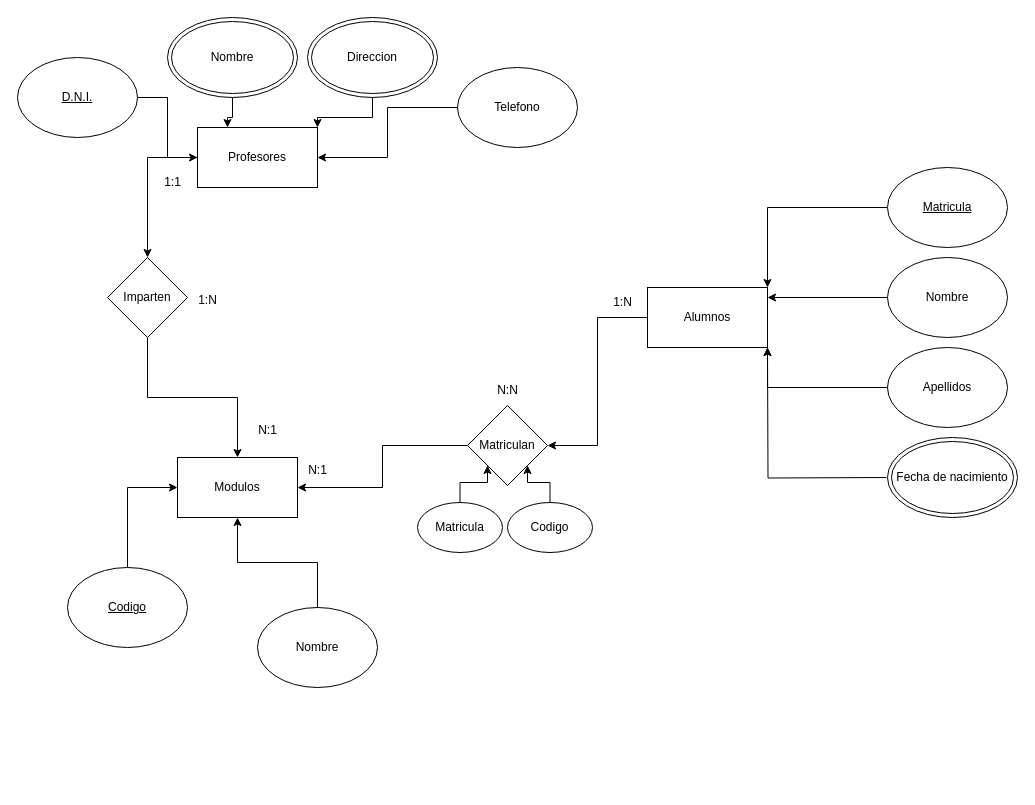
Above: ejercicio3.drawio in FacuScaine/Underground-Pruebas (draw.io), before the change. Source tidied: cells renumbered, new cells numbered last; positions are measured from the earlier drawing's top-left corner, leaving out a move shared by most shapes. Both pictures are drawn from the tidied source at 100%, with x=0, y=0 at pixel (17, 17).
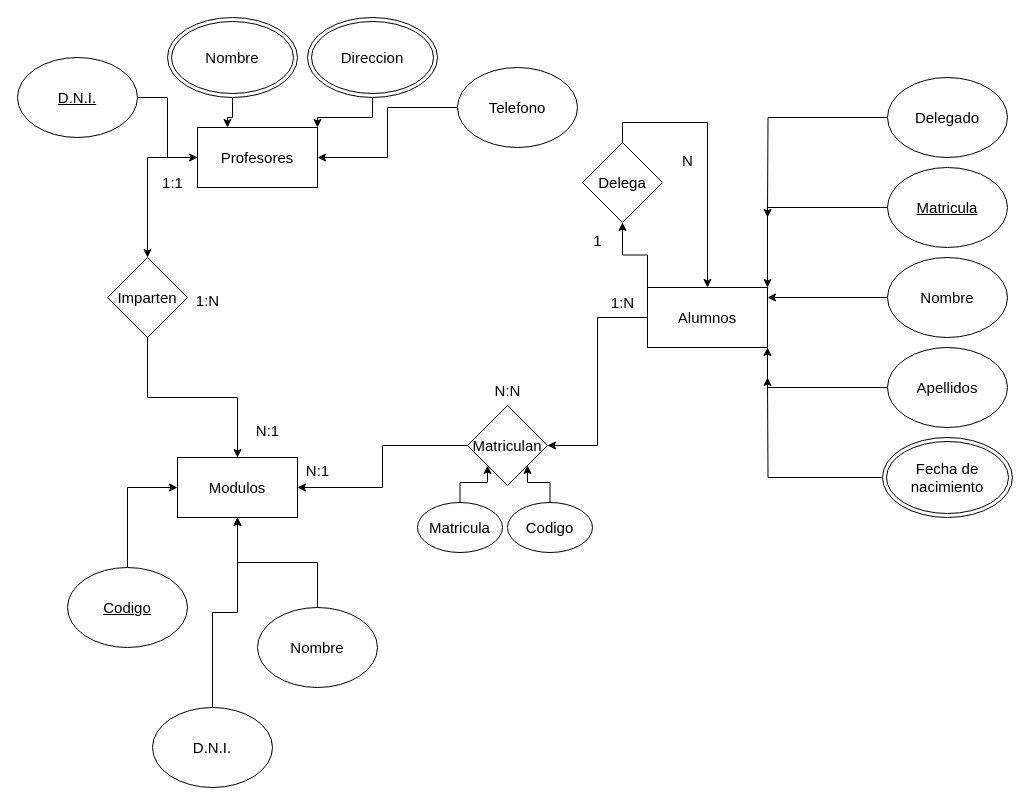
The same diagram, later.

The edit, as a diff of the source:
```diff
@@
-    <mxCell id="2" value="Modulos" style="rounded=0;whiteSpace=wrap;html=1;" parent="1" vertex="1">
+    <mxCell id="2" value="Modulos" style="rounded=0;whiteSpace=wrap;html=1;horizontal=1;verticalAlign=middle;fontSize=15;" parent="1" vertex="1">
       <mxGeometry x="160" y="440" width="120" height="60" as="geometry" />
     </mxCell>
-    <mxCell id="3" style="edgeStyle=orthogonalEdgeStyle;rounded=0;jettySize=auto;html=1;" parent="1" edge="1" source="4" target="28">
+    <mxCell id="3" style="edgeStyle=orthogonalEdgeStyle;rounded=0;jettySize=auto;html=1;horizontal=1;verticalAlign=middle;fontSize=15;" parent="1" edge="1" source="4" target="28">
       <mxGeometry relative="1" as="geometry" />
     </mxCell>
-    <mxCell id="4" value="Profesores" style="rounded=0;whiteSpace=wrap;html=1;" parent="1" vertex="1">
+    <mxCell id="4" value="Profesores" style="rounded=0;whiteSpace=wrap;html=1;horizontal=1;verticalAlign=middle;fontSize=15;" parent="1" vertex="1">
       <mxGeometry x="180" y="110" width="120" height="60" as="geometry" />
     </mxCell>
-    <mxCell id="5" style="edgeStyle=orthogonalEdgeStyle;rounded=0;jettySize=auto;html=1;entryX=1;entryY=0.5;entryDx=0;entryDy=0;" parent="1" edge="1" source="6" target="32">
+    <mxCell id="5" style="edgeStyle=orthogonalEdgeStyle;rounded=0;jettySize=auto;html=1;entryX=1;entryY=0.5;entryDx=0;entryDy=0;horizontal=1;verticalAlign=middle;fontSize=15;" parent="1" edge="1" source="6" target="32">
       <mxGeometry relative="1" as="geometry" />
     </mxCell>
+    <mxCell id="41" style="edgeStyle=orthogonalEdgeStyle;rounded=0;jettySize=auto;html=1;exitX=0;exitY=0;exitDx=0;exitDy=0;horizontal=1;verticalAlign=middle;fontSize=15;" parent="1" edge="1" source="6" target="44">
+      <mxGeometry relative="1" as="geometry" />
+    </mxCell>
-    <mxCell id="6" value="Alumnos" style="rounded=0;whiteSpace=wrap;html=1;" parent="1" vertex="1">
+    <mxCell id="6" value="Alumnos" style="rounded=0;whiteSpace=wrap;html=1;horizontal=1;verticalAlign=middle;fontSize=15;" parent="1" vertex="1">
       <mxGeometry x="630" y="270" width="120" height="60" as="geometry" />
     </mxCell>
-    <mxCell id="7" style="edgeStyle=orthogonalEdgeStyle;rounded=0;jettySize=auto;html=1;entryX=1;entryY=0;entryDx=0;entryDy=0;" parent="1" edge="1" source="8" target="6">
+    <mxCell id="7" style="edgeStyle=orthogonalEdgeStyle;rounded=0;jettySize=auto;html=1;entryX=1;entryY=0;entryDx=0;entryDy=0;horizontal=1;verticalAlign=middle;fontSize=15;" parent="1" edge="1" source="8" target="6">
       <mxGeometry relative="1" as="geometry" />
     </mxCell>
-    <mxCell id="8" value="&lt;u&gt;Matricula&lt;/u&gt;" style="ellipse;whiteSpace=wrap;html=1;" parent="1" vertex="1">
+    <mxCell id="8" value="&lt;u style=&quot;font-size: 15px;&quot;&gt;Matricula&lt;/u&gt;" style="ellipse;whiteSpace=wrap;html=1;horizontal=1;verticalAlign=middle;fontSize=15;" parent="1" vertex="1">
       <mxGeometry x="870" y="150" width="120" height="80" as="geometry" />
     </mxCell>
-    <mxCell id="9" style="edgeStyle=orthogonalEdgeStyle;rounded=0;jettySize=auto;html=1;" parent="1" edge="1" source="10">
+    <mxCell id="9" style="edgeStyle=orthogonalEdgeStyle;rounded=0;jettySize=auto;html=1;horizontal=1;verticalAlign=middle;fontSize=15;" parent="1" edge="1" source="10">
       <mxGeometry relative="1" as="geometry">
         <mxPoint x="750" y="280" as="targetPoint" />
       </mxGeometry>
     </mxCell>
-    <mxCell id="10" value="Nombre" style="ellipse;whiteSpace=wrap;html=1;" parent="1" vertex="1">
+    <mxCell id="10" value="Nombre" style="ellipse;whiteSpace=wrap;html=1;horizontal=1;verticalAlign=middle;fontSize=15;" parent="1" vertex="1">
       <mxGeometry x="870" y="240" width="120" height="80" as="geometry" />
     </mxCell>
-    <mxCell id="11" style="edgeStyle=orthogonalEdgeStyle;rounded=0;jettySize=auto;html=1;entryX=1;entryY=1;entryDx=0;entryDy=0;" parent="1" edge="1" source="12" target="6">
+    <mxCell id="11" style="edgeStyle=orthogonalEdgeStyle;rounded=0;jettySize=auto;html=1;entryX=1;entryY=1;entryDx=0;entryDy=0;horizontal=1;verticalAlign=middle;fontSize=15;" parent="1" edge="1" source="12" target="6">
       <mxGeometry relative="1" as="geometry" />
     </mxCell>
-    <mxCell id="12" value="Apellidos" style="ellipse;whiteSpace=wrap;html=1;" parent="1" vertex="1">
+    <mxCell id="12" value="Apellidos" style="ellipse;whiteSpace=wrap;html=1;horizontal=1;verticalAlign=middle;fontSize=15;" parent="1" vertex="1">
       <mxGeometry x="870" y="330" width="120" height="80" as="geometry" />
     </mxCell>
-    <mxCell id="13" style="edgeStyle=orthogonalEdgeStyle;rounded=0;orthogonalLoop=1;jettySize=auto;html=1;" parent="1" edge="1">
-      <mxGeometry relative="1" as="geometry">
-        <mxPoint x="869" y="460" as="sourcePoint" />
-        <mxPoint x="750" y="330" as="targetPoint" />
-      </mxGeometry>
-    </mxCell>
-    <mxCell id="14" style="edgeStyle=orthogonalEdgeStyle;rounded=0;jettySize=auto;html=1;entryX=0;entryY=0.5;entryDx=0;entryDy=0;" parent="1" edge="1" source="15" target="2">
+    <mxCell id="14" style="edgeStyle=orthogonalEdgeStyle;rounded=0;jettySize=auto;html=1;entryX=0;entryY=0.5;entryDx=0;entryDy=0;horizontal=1;verticalAlign=middle;fontSize=15;" parent="1" edge="1" source="15" target="2">
       <mxGeometry relative="1" as="geometry" />
     </mxCell>
-    <mxCell id="15" value="&lt;u&gt;Codigo&lt;/u&gt;" style="ellipse;whiteSpace=wrap;html=1;" parent="1" vertex="1">
+    <mxCell id="15" value="&lt;u style=&quot;font-size: 15px;&quot;&gt;Codigo&lt;/u&gt;" style="ellipse;whiteSpace=wrap;html=1;horizontal=1;verticalAlign=middle;fontSize=15;" parent="1" vertex="1">
       <mxGeometry x="50" y="550" width="120" height="80" as="geometry" />
     </mxCell>
-    <mxCell id="16" style="edgeStyle=orthogonalEdgeStyle;rounded=0;jettySize=auto;html=1;entryX=0.5;entryY=1;entryDx=0;entryDy=0;" parent="1" edge="1" source="17" target="2">
+    <mxCell id="16" style="edgeStyle=orthogonalEdgeStyle;rounded=0;jettySize=auto;html=1;entryX=0.5;entryY=1;entryDx=0;entryDy=0;horizontal=1;verticalAlign=middle;fontSize=15;" parent="1" edge="1" source="17" target="2">
       <mxGeometry relative="1" as="geometry" />
     </mxCell>
-    <mxCell id="17" value="Nombre" style="ellipse;whiteSpace=wrap;html=1;" parent="1" vertex="1">
+    <mxCell id="17" value="Nombre" style="ellipse;whiteSpace=wrap;html=1;horizontal=1;verticalAlign=middle;fontSize=15;" parent="1" vertex="1">
       <mxGeometry x="240" y="590" width="120" height="80" as="geometry" />
     </mxCell>
-    <mxCell id="18" style="edgeStyle=orthogonalEdgeStyle;rounded=0;jettySize=auto;html=1;entryX=0;entryY=0.5;entryDx=0;entryDy=0;" parent="1" edge="1" source="19" target="4">
+    <mxCell id="18" style="edgeStyle=orthogonalEdgeStyle;rounded=0;jettySize=auto;html=1;entryX=0;entryY=0.5;entryDx=0;entryDy=0;horizontal=1;verticalAlign=middle;fontSize=15;" parent="1" edge="1" source="19" target="4">
       <mxGeometry relative="1" as="geometry" />
     </mxCell>
-    <mxCell id="19" value="&lt;u&gt;D.N.I.&lt;/u&gt;" style="ellipse;whiteSpace=wrap;html=1;" parent="1" vertex="1">
+    <mxCell id="19" value="&lt;u style=&quot;font-size: 15px;&quot;&gt;D.N.I.&lt;/u&gt;" style="ellipse;whiteSpace=wrap;html=1;horizontal=1;verticalAlign=middle;fontSize=15;" parent="1" vertex="1">
       <mxGeometry y="40" width="120" height="80" as="geometry" />
     </mxCell>
-    <mxCell id="20" style="edgeStyle=orthogonalEdgeStyle;rounded=0;jettySize=auto;html=1;entryX=0.25;entryY=0;entryDx=0;entryDy=0;" parent="1" edge="1" source="21" target="4">
+    <mxCell id="20" style="edgeStyle=orthogonalEdgeStyle;rounded=0;jettySize=auto;html=1;entryX=0.25;entryY=0;entryDx=0;entryDy=0;horizontal=1;verticalAlign=middle;fontSize=15;" parent="1" edge="1" source="21" target="4">
       <mxGeometry relative="1" as="geometry" />
     </mxCell>
-    <mxCell id="21" value="Nombre" style="ellipse;shape=doubleEllipse;whiteSpace=wrap;html=1;" parent="1" vertex="1">
+    <mxCell id="21" value="Nombre" style="ellipse;shape=doubleEllipse;whiteSpace=wrap;html=1;horizontal=1;verticalAlign=middle;fontSize=15;" parent="1" vertex="1">
       <mxGeometry x="150" width="130" height="80" as="geometry" />
     </mxCell>
+    <mxCell id="42" style="edgeStyle=orthogonalEdgeStyle;rounded=0;jettySize=auto;html=1;horizontal=1;verticalAlign=middle;fontSize=15;" parent="1" edge="1" source="22">
+      <mxGeometry relative="1" as="geometry">
+        <mxPoint x="750" y="360" as="targetPoint" />
+      </mxGeometry>
+    </mxCell>
-    <mxCell id="22" value="Fecha de nacimiento" style="ellipse;shape=doubleEllipse;whiteSpace=wrap;html=1;" parent="1" vertex="1">
-      <mxGeometry x="870" y="420" width="130" height="80" as="geometry" />
+    <mxCell id="22" value="Fecha de nacimiento" style="ellipse;shape=doubleEllipse;whiteSpace=wrap;html=1;horizontal=1;verticalAlign=middle;fontSize=15;" parent="1" vertex="1">
+      <mxGeometry x="865" y="420" width="130" height="80" as="geometry" />
     </mxCell>
-    <mxCell id="23" style="edgeStyle=orthogonalEdgeStyle;rounded=0;jettySize=auto;html=1;entryX=1;entryY=0;entryDx=0;entryDy=0;" parent="1" edge="1" source="24" target="4">
+    <mxCell id="23" style="edgeStyle=orthogonalEdgeStyle;rounded=0;jettySize=auto;html=1;entryX=1;entryY=0;entryDx=0;entryDy=0;horizontal=1;verticalAlign=middle;fontSize=15;" parent="1" edge="1" source="24" target="4">
       <mxGeometry relative="1" as="geometry" />
     </mxCell>
-    <mxCell id="24" value="Direccion" style="ellipse;shape=doubleEllipse;whiteSpace=wrap;html=1;" parent="1" vertex="1">
+    <mxCell id="24" value="Direccion" style="ellipse;shape=doubleEllipse;whiteSpace=wrap;html=1;horizontal=1;verticalAlign=middle;fontSize=15;" parent="1" vertex="1">
       <mxGeometry x="290" width="130" height="80" as="geometry" />
     </mxCell>
-    <mxCell id="25" style="edgeStyle=orthogonalEdgeStyle;rounded=0;jettySize=auto;html=1;entryX=1;entryY=0.5;entryDx=0;entryDy=0;" parent="1" edge="1" source="26" target="4">
+    <mxCell id="25" style="edgeStyle=orthogonalEdgeStyle;rounded=0;jettySize=auto;html=1;entryX=1;entryY=0.5;entryDx=0;entryDy=0;horizontal=1;verticalAlign=middle;fontSize=15;" parent="1" edge="1" source="26" target="4">
       <mxGeometry relative="1" as="geometry" />
     </mxCell>
-    <mxCell id="26" value="Telefono" style="ellipse;whiteSpace=wrap;html=1;" parent="1" vertex="1">
+    <mxCell id="26" value="Telefono" style="ellipse;whiteSpace=wrap;html=1;horizontal=1;verticalAlign=middle;fontSize=15;" parent="1" vertex="1">
       <mxGeometry x="440" y="50" width="120" height="80" as="geometry" />
     </mxCell>
-    <mxCell id="27" style="edgeStyle=orthogonalEdgeStyle;rounded=0;jettySize=auto;html=1;entryX=0.5;entryY=0;entryDx=0;entryDy=0;" parent="1" edge="1" source="28" target="2">
+    <mxCell id="27" style="edgeStyle=orthogonalEdgeStyle;rounded=0;jettySize=auto;html=1;entryX=0.5;entryY=0;entryDx=0;entryDy=0;horizontal=1;verticalAlign=middle;fontSize=15;" parent="1" edge="1" source="28" target="2">
       <mxGeometry relative="1" as="geometry" />
     </mxCell>
-    <mxCell id="28" value="Imparten" style="rhombus;whiteSpace=wrap;html=1;" parent="1" vertex="1">
+    <mxCell id="28" value="Imparten" style="rhombus;whiteSpace=wrap;html=1;horizontal=1;verticalAlign=middle;fontSize=15;" parent="1" vertex="1">
       <mxGeometry x="90" y="240" width="80" height="80" as="geometry" />
     </mxCell>
-    <mxCell id="29" value="1:1" style="text;html=1;align=center;verticalAlign=middle;strokeColor=none;fillColor=none;" parent="1" vertex="1">
+    <mxCell id="29" value="1:1" style="text;html=1;align=center;verticalAlign=middle;strokeColor=none;fillColor=none;horizontal=1;fontSize=15;" parent="1" vertex="1">
       <mxGeometry x="135" y="150" width="40" height="30" as="geometry" />
     </mxCell>
-    <mxCell id="30" value="N:1" style="text;html=1;align=center;verticalAlign=middle;strokeColor=none;fillColor=none;" parent="1" vertex="1">
-      <mxGeometry x="230" y="398" width="40" height="30" as="geometry" />
+    <mxCell id="30" value="N:1" style="text;html=1;align=center;verticalAlign=middle;strokeColor=none;fillColor=none;horizontal=1;fontSize=15;" parent="1" vertex="1">
+      <mxGeometry x="225" y="398" width="50" height="30" as="geometry" />
     </mxCell>
-    <mxCell id="31" style="edgeStyle=orthogonalEdgeStyle;rounded=0;jettySize=auto;html=1;entryX=1;entryY=0.5;entryDx=0;entryDy=0;" parent="1" edge="1" source="32" target="2">
+    <mxCell id="31" style="edgeStyle=orthogonalEdgeStyle;rounded=0;jettySize=auto;html=1;entryX=1;entryY=0.5;entryDx=0;entryDy=0;horizontal=1;verticalAlign=middle;fontSize=15;" parent="1" edge="1" source="32" target="2">
       <mxGeometry relative="1" as="geometry" />
     </mxCell>
-    <mxCell id="32" value="Matriculan" style="rhombus;whiteSpace=wrap;html=1;" parent="1" vertex="1">
+    <mxCell id="32" value="Matriculan" style="rhombus;whiteSpace=wrap;html=1;horizontal=1;verticalAlign=middle;fontSize=15;" parent="1" vertex="1">
       <mxGeometry x="450" y="388" width="80" height="80" as="geometry" />
     </mxCell>
-    <mxCell id="33" value="1:N" style="text;html=1;align=center;verticalAlign=middle;strokeColor=none;fillColor=none;" parent="1" vertex="1">
-      <mxGeometry x="585" y="270" width="40" height="30" as="geometry" />
+    <mxCell id="33" value="1:N" style="text;html=1;align=center;verticalAlign=middle;strokeColor=none;fillColor=none;horizontal=1;fontSize=15;" parent="1" vertex="1">
+      <mxGeometry x="580" y="270" width="50" height="30" as="geometry" />
     </mxCell>
-    <mxCell id="34" value="N:1" style="text;html=1;align=center;verticalAlign=middle;strokeColor=none;fillColor=none;" parent="1" vertex="1">
-      <mxGeometry x="280" y="438" width="40" height="30" as="geometry" />
+    <mxCell id="34" value="N:1" style="text;html=1;align=center;verticalAlign=middle;strokeColor=none;fillColor=none;horizontal=1;fontSize=15;" parent="1" vertex="1">
+      <mxGeometry x="275" y="438" width="50" height="30" as="geometry" />
     </mxCell>
-    <mxCell id="35" style="edgeStyle=orthogonalEdgeStyle;rounded=0;jettySize=auto;html=1;entryX=0;entryY=1;entryDx=0;entryDy=0;" parent="1" edge="1" source="36" target="32">
+    <mxCell id="35" style="edgeStyle=orthogonalEdgeStyle;rounded=0;jettySize=auto;html=1;entryX=0;entryY=1;entryDx=0;entryDy=0;horizontal=1;verticalAlign=middle;fontSize=15;" parent="1" edge="1" source="36" target="32">
       <mxGeometry relative="1" as="geometry" />
     </mxCell>
-    <mxCell id="36" value="Matricula" style="ellipse;whiteSpace=wrap;html=1;" parent="1" vertex="1">
+    <mxCell id="36" value="Matricula" style="ellipse;whiteSpace=wrap;html=1;horizontal=1;verticalAlign=middle;fontSize=15;" parent="1" vertex="1">
       <mxGeometry x="400" y="485" width="85" height="50" as="geometry" />
     </mxCell>
-    <mxCell id="37" style="edgeStyle=orthogonalEdgeStyle;rounded=0;jettySize=auto;html=1;entryX=1;entryY=1;entryDx=0;entryDy=0;" parent="1" edge="1" source="38" target="32">
+    <mxCell id="37" style="edgeStyle=orthogonalEdgeStyle;rounded=0;jettySize=auto;html=1;entryX=1;entryY=1;entryDx=0;entryDy=0;horizontal=1;verticalAlign=middle;fontSize=15;" parent="1" edge="1" source="38" target="32">
       <mxGeometry relative="1" as="geometry" />
     </mxCell>
-    <mxCell id="38" value="Codigo" style="ellipse;whiteSpace=wrap;html=1;" parent="1" vertex="1">
+    <mxCell id="38" value="Codigo" style="ellipse;whiteSpace=wrap;html=1;horizontal=1;verticalAlign=middle;fontSize=15;" parent="1" vertex="1">
       <mxGeometry x="490" y="485" width="85" height="50" as="geometry" />
     </mxCell>
-    <mxCell id="39" value="1:N" style="text;html=1;align=center;verticalAlign=middle;strokeColor=none;fillColor=none;" parent="1" vertex="1">
-      <mxGeometry x="170" y="268" width="40" height="30" as="geometry" />
+    <mxCell id="39" value="1:N" style="text;html=1;align=center;verticalAlign=middle;strokeColor=none;fillColor=none;horizontal=1;fontSize=15;" parent="1" vertex="1">
+      <mxGeometry x="165" y="268" width="50" height="30" as="geometry" />
     </mxCell>
-    <mxCell id="40" value="N:N" style="text;html=1;align=center;verticalAlign=middle;strokeColor=none;fillColor=none;" parent="1" vertex="1">
-      <mxGeometry x="470" y="358" width="40" height="30" as="geometry" />
+    <mxCell id="40" value="N:N" style="text;html=1;align=center;verticalAlign=middle;strokeColor=none;fillColor=none;horizontal=1;fontSize=15;" parent="1" vertex="1">
+      <mxGeometry x="465" y="358" width="50" height="30" as="geometry" />
     </mxCell>
+    <mxCell id="43" style="edgeStyle=orthogonalEdgeStyle;rounded=0;jettySize=auto;html=1;exitX=0.5;exitY=0;exitDx=0;exitDy=0;entryX=0.5;entryY=0;entryDx=0;entryDy=0;horizontal=1;verticalAlign=middle;fontSize=15;" parent="1" edge="1" source="44" target="6">
+      <mxGeometry relative="1" as="geometry" />
+    </mxCell>
+    <mxCell id="44" value="Delega" style="rhombus;whiteSpace=wrap;html=1;horizontal=1;verticalAlign=middle;fontSize=15;" parent="1" vertex="1">
+      <mxGeometry x="565" y="125" width="80" height="80" as="geometry" />
+    </mxCell>
+    <mxCell id="45" style="edgeStyle=orthogonalEdgeStyle;rounded=0;jettySize=auto;html=1;horizontal=1;verticalAlign=middle;fontSize=15;" parent="1" edge="1" source="46">
+      <mxGeometry relative="1" as="geometry">
+        <mxPoint x="750" y="200" as="targetPoint" />
+      </mxGeometry>
+    </mxCell>
+    <mxCell id="46" value="Delegado" style="ellipse;whiteSpace=wrap;html=1;horizontal=1;verticalAlign=middle;fontSize=15;" parent="1" vertex="1">
+      <mxGeometry x="870" y="60" width="120" height="80" as="geometry" />
+    </mxCell>
+    <mxCell id="47" style="edgeStyle=orthogonalEdgeStyle;rounded=0;jettySize=auto;html=1;horizontal=1;verticalAlign=middle;fontSize=15;" parent="1" edge="1" source="48" target="2">
+      <mxGeometry relative="1" as="geometry" />
+    </mxCell>
+    <mxCell id="48" value="D.N.I." style="ellipse;whiteSpace=wrap;html=1;horizontal=1;verticalAlign=middle;fontSize=15;" parent="1" vertex="1">
+      <mxGeometry x="135" y="690" width="120" height="80" as="geometry" />
+    </mxCell>
+    <mxCell id="49" value="1" style="text;html=1;align=center;verticalAlign=middle;strokeColor=none;fillColor=none;horizontal=1;fontSize=15;" parent="1" vertex="1">
+      <mxGeometry x="565" y="208" width="30" height="30" as="geometry" />
+    </mxCell>
+    <mxCell id="50" value="N" style="text;html=1;align=center;verticalAlign=middle;strokeColor=none;fillColor=none;horizontal=1;fontSize=15;" parent="1" vertex="1">
+      <mxGeometry x="655" y="128" width="30" height="30" as="geometry" />
+    </mxCell>
```
